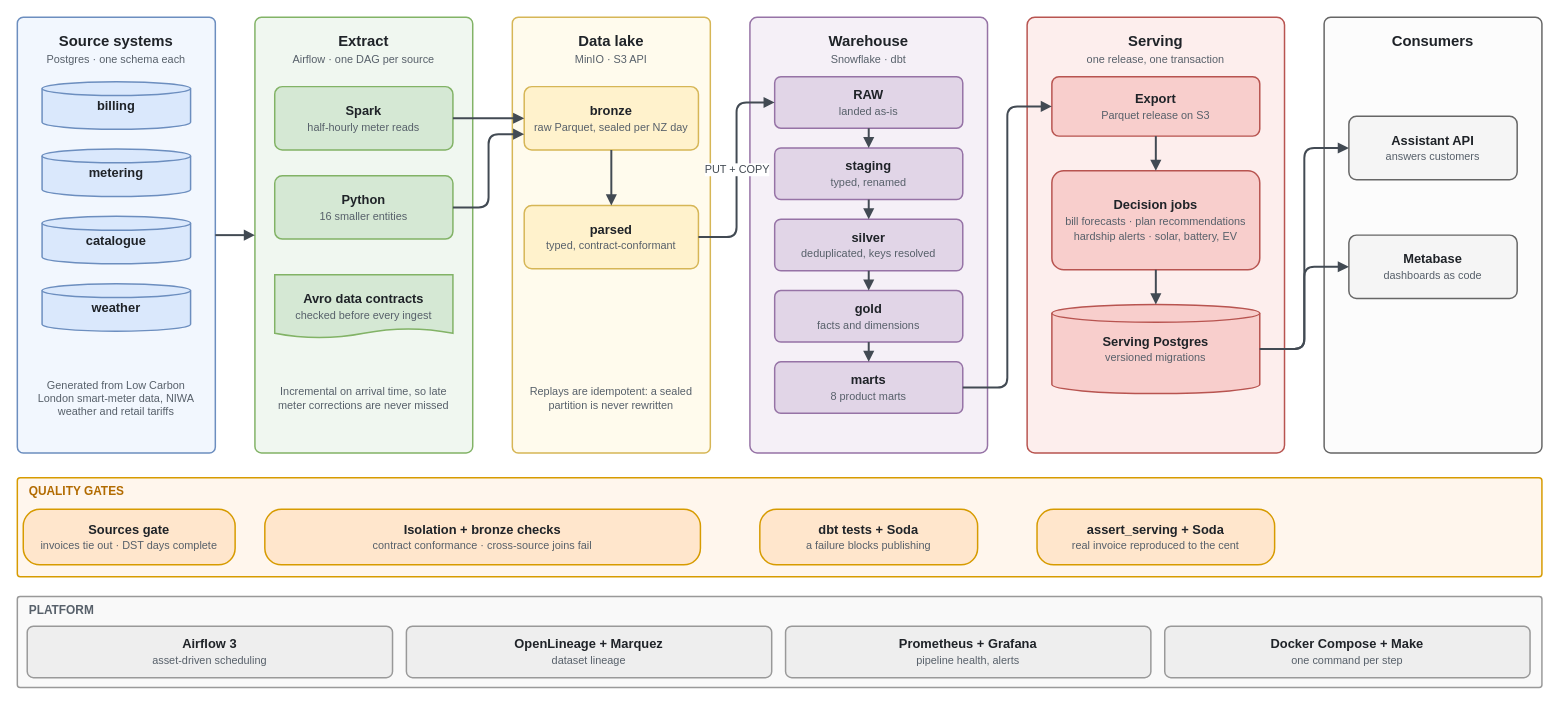
The draw.io diagram design/figures/pipeline.drawio in nanhangfei/kea-energy-data, before the edit. Source tidied: cells renumbered, new cells numbered last; positions are measured from the earlier drawing's top-left corner, leaving out a move shared by most shapes. Both pictures are drawn from the tidied source at 99%, with x=0, y=0 at pixel (17, 17).
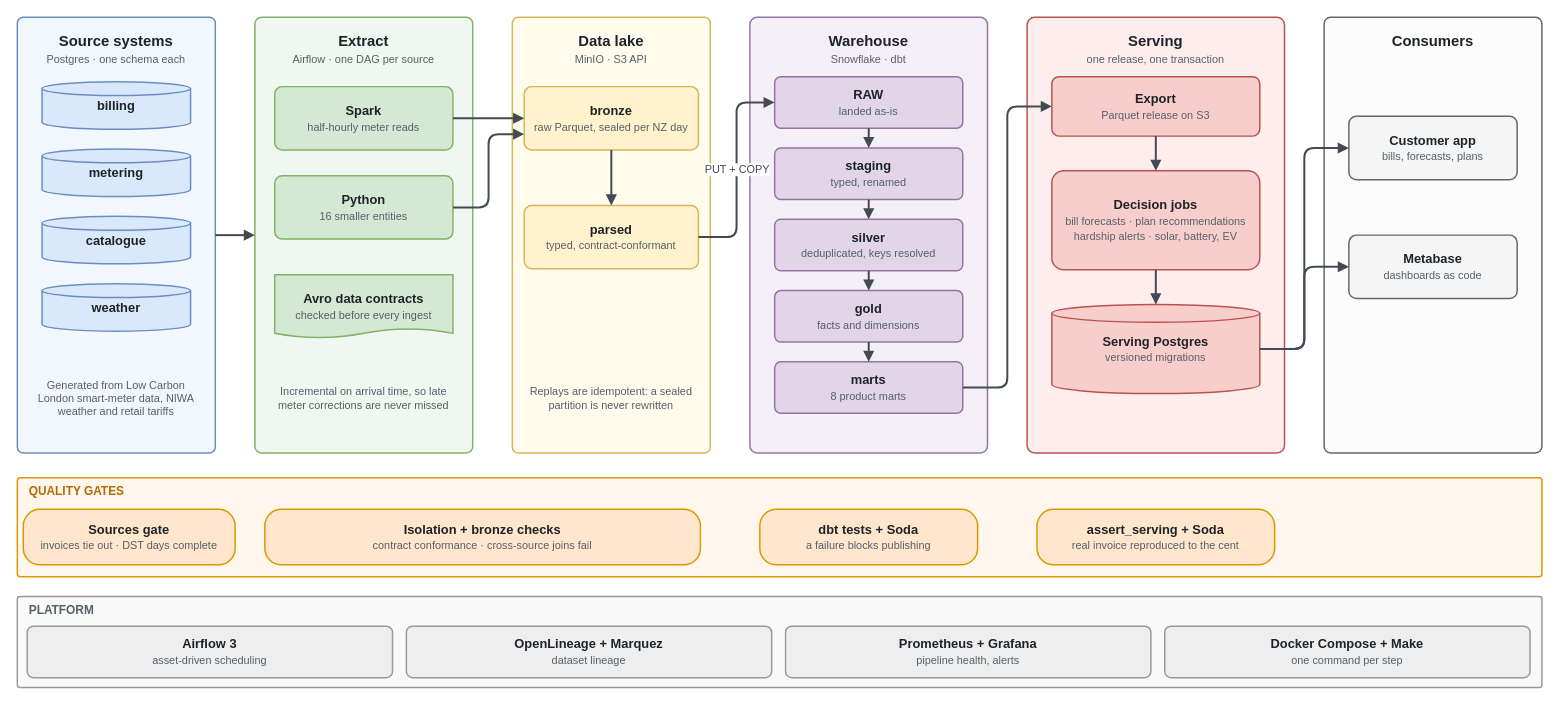
After the change.

Commit message (it also covers changes not shown here):
docs: describe the consumer as the customer app

Diff of the diagram source:
```diff
@@
-    <mxCell id="28" value="&lt;b&gt;Assistant API&lt;/b&gt;&lt;br&gt;&lt;font style='font-size:11px' color='#57606a'&gt;answers customers&lt;/font&gt;" style="rounded=1;arcSize=12;whiteSpace=wrap;html=1;fontSize=13;fillColor=#f5f5f5;strokeColor=#666666;strokeWidth=1.5;fontFamily=Helvetica;fontColor=#1f2328;" parent="1" vertex="1">
+    <mxCell id="28" value="&lt;b&gt;Customer app&lt;/b&gt;&lt;br&gt;&lt;font style='font-size:11px' color='#57606a'&gt;bills, forecasts, plans&lt;/font&gt;" style="rounded=1;arcSize=12;whiteSpace=wrap;html=1;fontSize=13;fillColor=#f5f5f5;strokeColor=#666666;strokeWidth=1.5;fontFamily=Helvetica;fontColor=#1f2328;" parent="1" vertex="1">
       <mxGeometry x="1345" y="100" width="170" height="64" as="geometry" />
     </mxCell>
```
